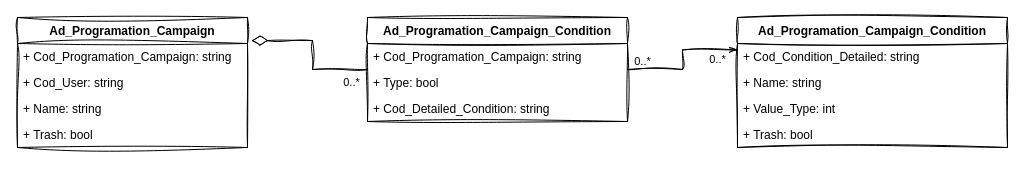
Earlier version of the draw.io diagram page "Midia Programatica" (5 of 5) of Programatica.drawio (Vusmonth/uml). Source tidied: cells renumbered, new cells numbered last; positions are measured from the earlier drawing's top-left corner, leaving out a move shared by most shapes. Both pictures are drawn from the tidied source at 100%, with x=0, y=0 at pixel (17, 17).
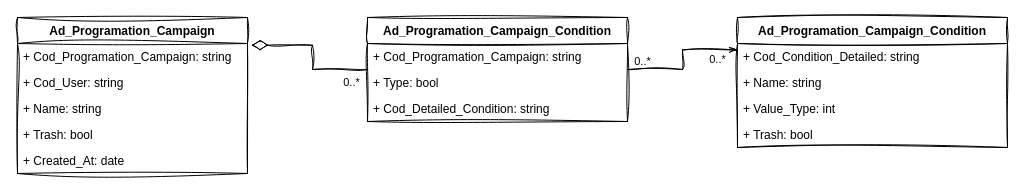
After the change.

Diff of the diagram source:
```diff
@@
     <mxCell id="2" value="Ad_Programation_Campaign" style="swimlane;fontStyle=1;align=center;verticalAlign=top;horizontal=1;startSize=26;whiteSpace=wrap;html=1;sketch=1;curveFitting=1;jiggle=2;" parent="1" vertex="1">
-      <mxGeometry width="230" height="130" as="geometry" />
+      <mxGeometry width="230" height="156" as="geometry" />
     </mxCell>
@@
+    <mxCell id="21" value="+ Created_At: date" style="text;strokeColor=none;fillColor=none;align=left;verticalAlign=top;spacingLeft=4;spacingRight=4;overflow=hidden;whiteSpace=wrap;html=1;sketch=1;curveFitting=1;jiggle=2;" parent="2" vertex="1">
+      <mxGeometry y="130" width="230" height="26" as="geometry" />
+    </mxCell>
```
